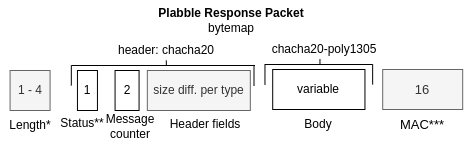
The draw.io diagram img/transport-response-bytemap.drawio.png in plabble/plabble.github.io, before a commit. Source tidied: cells renumbered, new cells last; positions are measured from the earlier drawing's top-left corner, leaving out a move shared by most shapes.
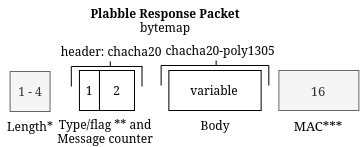
The same file after the commit.

The edit, as a diff of the source:
```diff
@@ -3,14 +3,11 @@
     <mxCell id="0" />
     <mxCell id="1" parent="0" />
     <mxCell id="2" value="Plabble Response Packet&lt;br&gt;&lt;span style=&quot;font-weight: normal&quot;&gt;bytemap&lt;/span&gt;" style="text;html=1;strokeColor=none;fillColor=none;align=center;verticalAlign=middle;whiteSpace=wrap;rounded=0;fontStyle=1;" parent="1" vertex="1">
-      <mxGeometry x="125.9" width="210" height="40" as="geometry" />
+      <mxGeometry x="59.6" y="-1" width="210" height="40" as="geometry" />
     </mxCell>
     <mxCell id="3" value="2" style="rounded=0;whiteSpace=wrap;html=1;" parent="1" vertex="1">
-      <mxGeometry x="114.6" y="70" width="24" height="40" as="geometry" />
+      <mxGeometry x="99" y="69" width="35" height="40" as="geometry" />
     </mxCell>
-    <mxCell id="4" value="Message counter" style="text;html=1;strokeColor=none;fillColor=none;align=center;verticalAlign=middle;whiteSpace=wrap;rounded=0;" parent="1" vertex="1">
-      <mxGeometry x="99.6" y="111" width="60" height="30" as="geometry" />
-    </mxCell>
     <mxCell id="5" value="1 - 4" style="rounded=0;whiteSpace=wrap;html=1;fillColor=#f5f5f5;fontColor=#333333;strokeColor=#666666;" parent="1" vertex="1">
       <mxGeometry x="9.6" y="70" width="40" height="40" as="geometry" />
     </mxCell>
@@ -18,26 +15,23 @@
       <mxGeometry x="-0.4" y="110" width="60" height="30" as="geometry" />
     </mxCell>
     <mxCell id="7" value="1" style="rounded=0;whiteSpace=wrap;html=1;" parent="1" vertex="1">
-      <mxGeometry x="77" y="70" width="20" height="40" as="geometry" />
+      <mxGeometry x="79" y="69" width="20" height="40" as="geometry" />
     </mxCell>
-    <mxCell id="8" value="Status**" style="text;html=1;strokeColor=none;fillColor=none;align=center;verticalAlign=middle;whiteSpace=wrap;rounded=0;" parent="1" vertex="1">
-      <mxGeometry x="51.6" y="108" width="60" height="30" as="geometry" />
+    <mxCell id="8" value="Type/flag ** and Message counter" style="text;html=1;strokeColor=none;fillColor=none;align=center;verticalAlign=middle;whiteSpace=wrap;rounded=0;" parent="1" vertex="1">
+      <mxGeometry x="44.6" y="115" width="120.4" height="30" as="geometry" />
     </mxCell>
     <mxCell id="9" value="variable" style="rounded=0;whiteSpace=wrap;html=1;" parent="1" vertex="1">
-      <mxGeometry x="272.2" y="69" width="92.2" height="40" as="geometry" />
+      <mxGeometry x="168.4" y="69" width="92.2" height="40" as="geometry" />
     </mxCell>
     <mxCell id="10" value="Body" style="text;html=1;strokeColor=none;fillColor=none;align=center;verticalAlign=middle;whiteSpace=wrap;rounded=0;" parent="1" vertex="1">
-      <mxGeometry x="288.3" y="109" width="60" height="30" as="geometry" />
+      <mxGeometry x="184.5" y="109" width="60" height="30" as="geometry" />
     </mxCell>
     <mxCell id="11" value="16" style="rounded=0;whiteSpace=wrap;html=1;fontSize=13;fillColor=#f5f5f5;fontColor=#333333;strokeColor=#666666;" parent="1" vertex="1">
-      <mxGeometry x="382.2" y="69" width="80" height="40" as="geometry" />
+      <mxGeometry x="278.4" y="69" width="80" height="40" as="geometry" />
     </mxCell>
     <mxCell id="12" value="MAC***" style="text;html=1;align=center;verticalAlign=middle;whiteSpace=wrap;rounded=0;fontSize=13;" parent="1" vertex="1">
-      <mxGeometry x="392.2" y="109" width="60" height="30" as="geometry" />
+      <mxGeometry x="288.4" y="109" width="60" height="30" as="geometry" />
     </mxCell>
-    <mxCell id="13" value="size diff. per type" style="rounded=0;whiteSpace=wrap;html=1;fillColor=#f5f5f5;fontColor=#333333;strokeColor=#666666;" parent="1" vertex="1">
-      <mxGeometry x="146.8" y="70" width="103" height="40" as="geometry" />
-    </mxCell>
     <mxCell id="14" style="endArrow=none;html=1;rounded=0;" parent="1" edge="1">
       <mxGeometry relative="1" as="geometry">
         <mxPoint x="70.8" y="85" as="sourcePoint" />
@@ -46,54 +40,51 @@
     </mxCell>
     <mxCell id="15" style="endArrow=none;html=1;rounded=0;" parent="1" edge="1">
       <mxGeometry relative="1" as="geometry">
-        <mxPoint x="253.5" y="85" as="sourcePoint" />
-        <mxPoint x="253.5" y="65" as="targetPoint" />
+        <mxPoint x="141.5" y="85" as="sourcePoint" />
+        <mxPoint x="141.5" y="65" as="targetPoint" />
       </mxGeometry>
     </mxCell>
     <mxCell id="16" style="endArrow=none;html=1;rounded=0;" parent="1" edge="1">
       <mxGeometry relative="1" as="geometry">
         <mxPoint x="70.8" y="65" as="sourcePoint" />
-        <mxPoint x="254.4" y="65" as="targetPoint" />
+        <mxPoint x="142" y="65" as="targetPoint" />
       </mxGeometry>
     </mxCell>
     <mxCell id="17" value="header: chacha20" style="text;html=1;strokeColor=none;fillColor=none;align=center;verticalAlign=middle;whiteSpace=wrap;rounded=0;" parent="1" vertex="1">
-      <mxGeometry x="95" y="44" width="141.9" height="12" as="geometry" />
+      <mxGeometry x="40" y="44" width="141.9" height="12" as="geometry" />
     </mxCell>
     <mxCell id="18" style="endArrow=none;html=1;rounded=0;" parent="1" edge="1">
       <mxGeometry relative="1" as="geometry">
-        <mxPoint x="165.8" y="65" as="sourcePoint" />
-        <mxPoint x="165.8" y="60" as="targetPoint" />
+        <mxPoint x="109.8" y="65" as="sourcePoint" />
+        <mxPoint x="109.8" y="60" as="targetPoint" />
       </mxGeometry>
     </mxCell>
     <mxCell id="19" style="endArrow=none;html=1;rounded=0;" parent="1" edge="1">
       <mxGeometry relative="1" as="geometry">
-        <mxPoint x="264.5" y="84" as="sourcePoint" />
-        <mxPoint x="264.5" y="64" as="targetPoint" />
+        <mxPoint x="160.6" y="84" as="sourcePoint" />
+        <mxPoint x="160.6" y="64" as="targetPoint" />
       </mxGeometry>
     </mxCell>
     <mxCell id="20" style="endArrow=none;html=1;rounded=0;" parent="1" edge="1">
       <mxGeometry relative="1" as="geometry">
-        <mxPoint x="372.1" y="84" as="sourcePoint" />
-        <mxPoint x="372.1" y="64" as="targetPoint" />
+        <mxPoint x="268.3" y="84" as="sourcePoint" />
+        <mxPoint x="268.3" y="64" as="targetPoint" />
       </mxGeometry>
     </mxCell>
     <mxCell id="21" style="endArrow=none;html=1;rounded=0;" parent="1" edge="1">
       <mxGeometry relative="1" as="geometry">
-        <mxPoint x="264.5" y="64" as="sourcePoint" />
-        <mxPoint x="372.2" y="64" as="targetPoint" />
+        <mxPoint x="160.6" y="64" as="sourcePoint" />
+        <mxPoint x="268.4" y="64" as="targetPoint" />
       </mxGeometry>
     </mxCell>
     <mxCell id="22" style="endArrow=none;html=1;rounded=0;" parent="1" edge="1">
       <mxGeometry relative="1" as="geometry">
-        <mxPoint x="319.5" y="64" as="sourcePoint" />
-        <mxPoint x="319.5" y="59" as="targetPoint" />
+        <mxPoint x="215.6" y="64" as="sourcePoint" />
+        <mxPoint x="215.6" y="59" as="targetPoint" />
       </mxGeometry>
     </mxCell>
     <mxCell id="23" value="chacha20-poly1305" style="text;html=1;strokeColor=none;fillColor=none;align=center;verticalAlign=middle;whiteSpace=wrap;rounded=0;" parent="1" vertex="1">
-      <mxGeometry x="252.8" y="43" width="141.9" height="12" as="geometry" />
+      <mxGeometry x="149" y="43" width="141.9" height="12" as="geometry" />
     </mxCell>
-    <mxCell id="24" value="Header fields" style="text;html=1;strokeColor=none;fillColor=none;align=center;verticalAlign=middle;whiteSpace=wrap;rounded=0;" parent="1" vertex="1">
-      <mxGeometry x="166.1" y="109" width="77.9" height="30" as="geometry" />
-    </mxCell>
   </root>
 </mxGraphModel>
```
